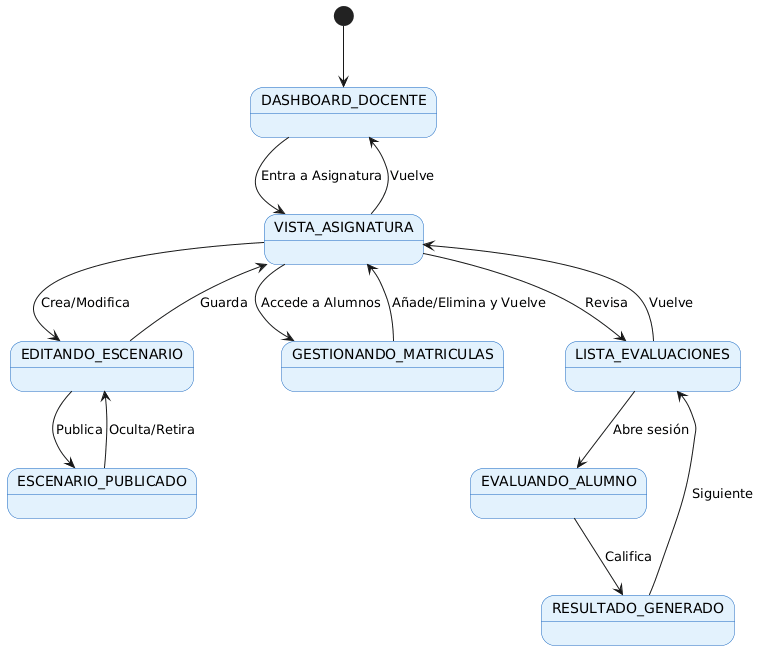
Earlier version of the PlantUML export modeloDeDominio/diagramaDeEstados/Profesor/diagramaDeEstadosProfesor.png (JLRG806/omni-sim-tfg). Its source is kept beside it as modeloDeDominio/diagramaDeEstados/Profesor/diagramaDeEstadosProfesor.puml.
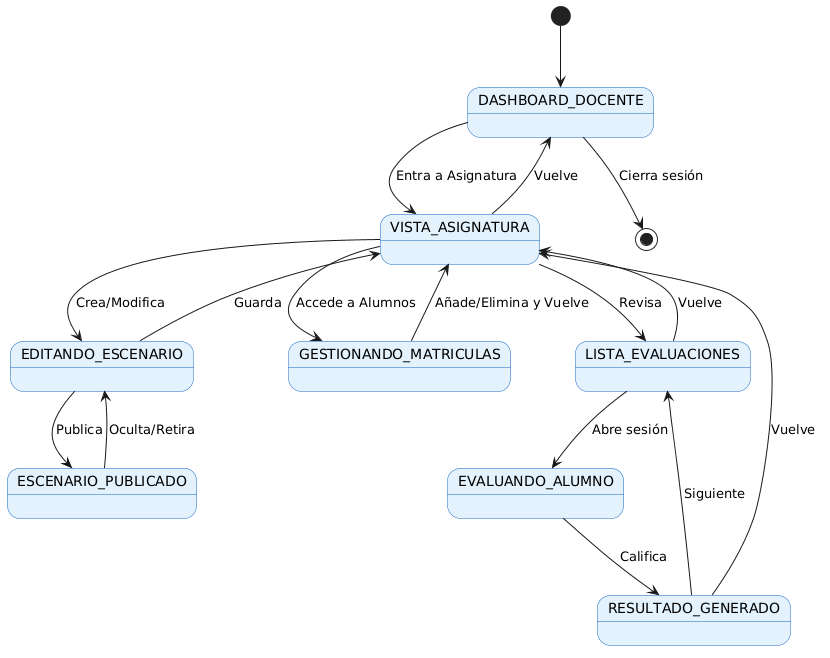
After the commit.

Commit message:
fix: Update state diagram for Profesor to enhance clarity and add session closure

Diff of the diagram source:
```diff
@@ -22,5 +22,8 @@
 LISTA_EVALUACIONES --> EVALUANDO_ALUMNO : Abre sesión
 EVALUANDO_ALUMNO --> RESULTADO_GENERADO : Califica
 RESULTADO_GENERADO --> LISTA_EVALUACIONES : Siguiente
+RESULTADO_GENERADO --> VISTA_ASIGNATURA : Vuelve
+
+DASHBOARD_DOCENTE --> [*] : Cierra sesión
 
 @enduml
```
